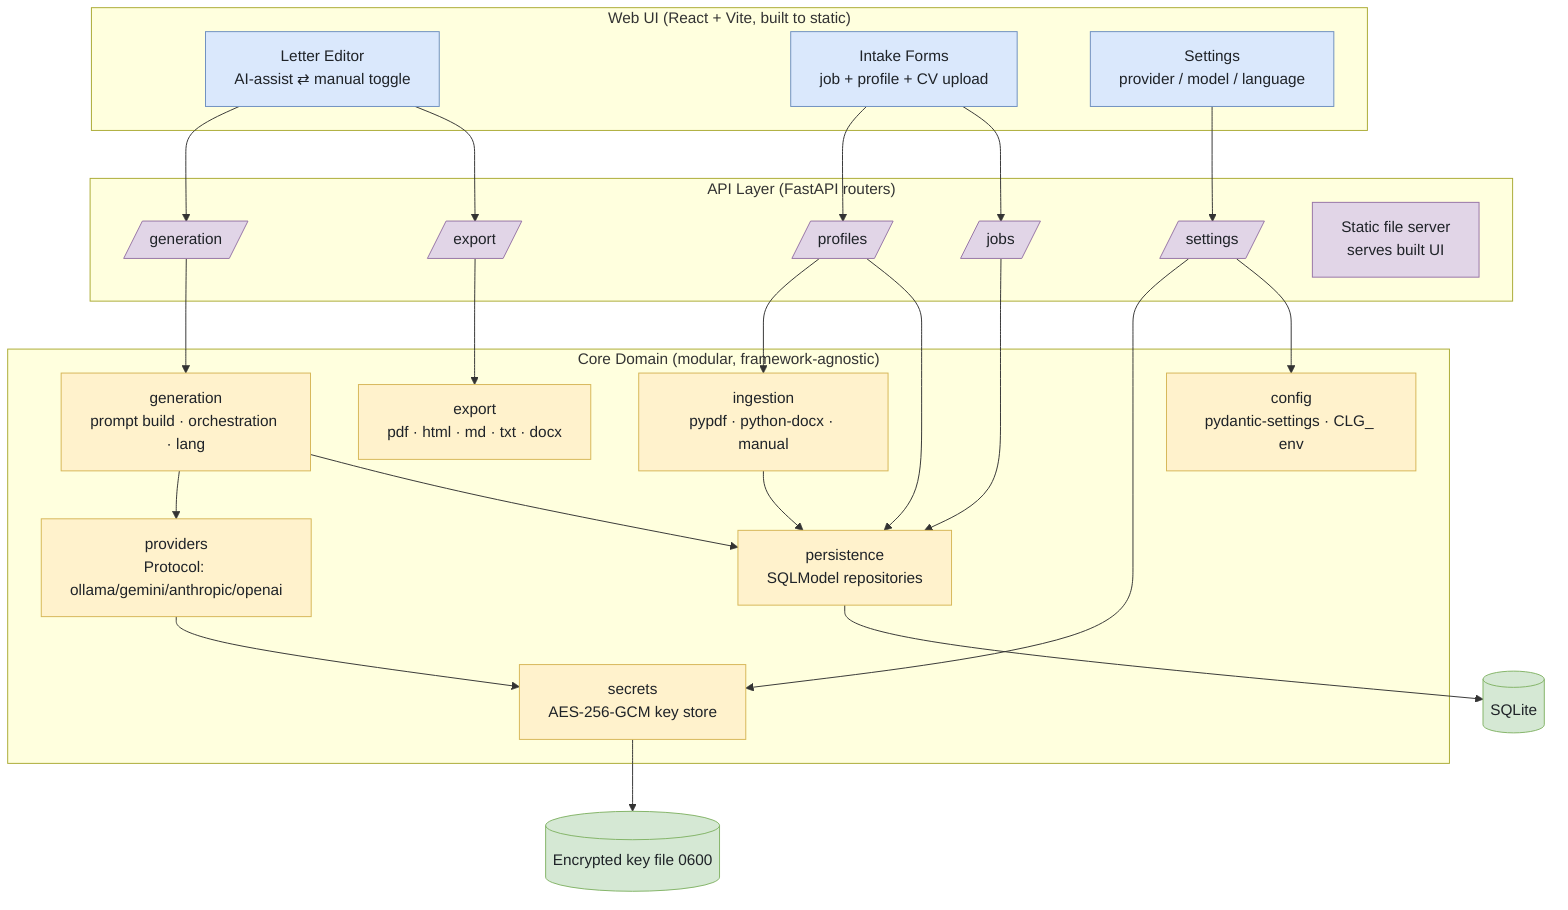
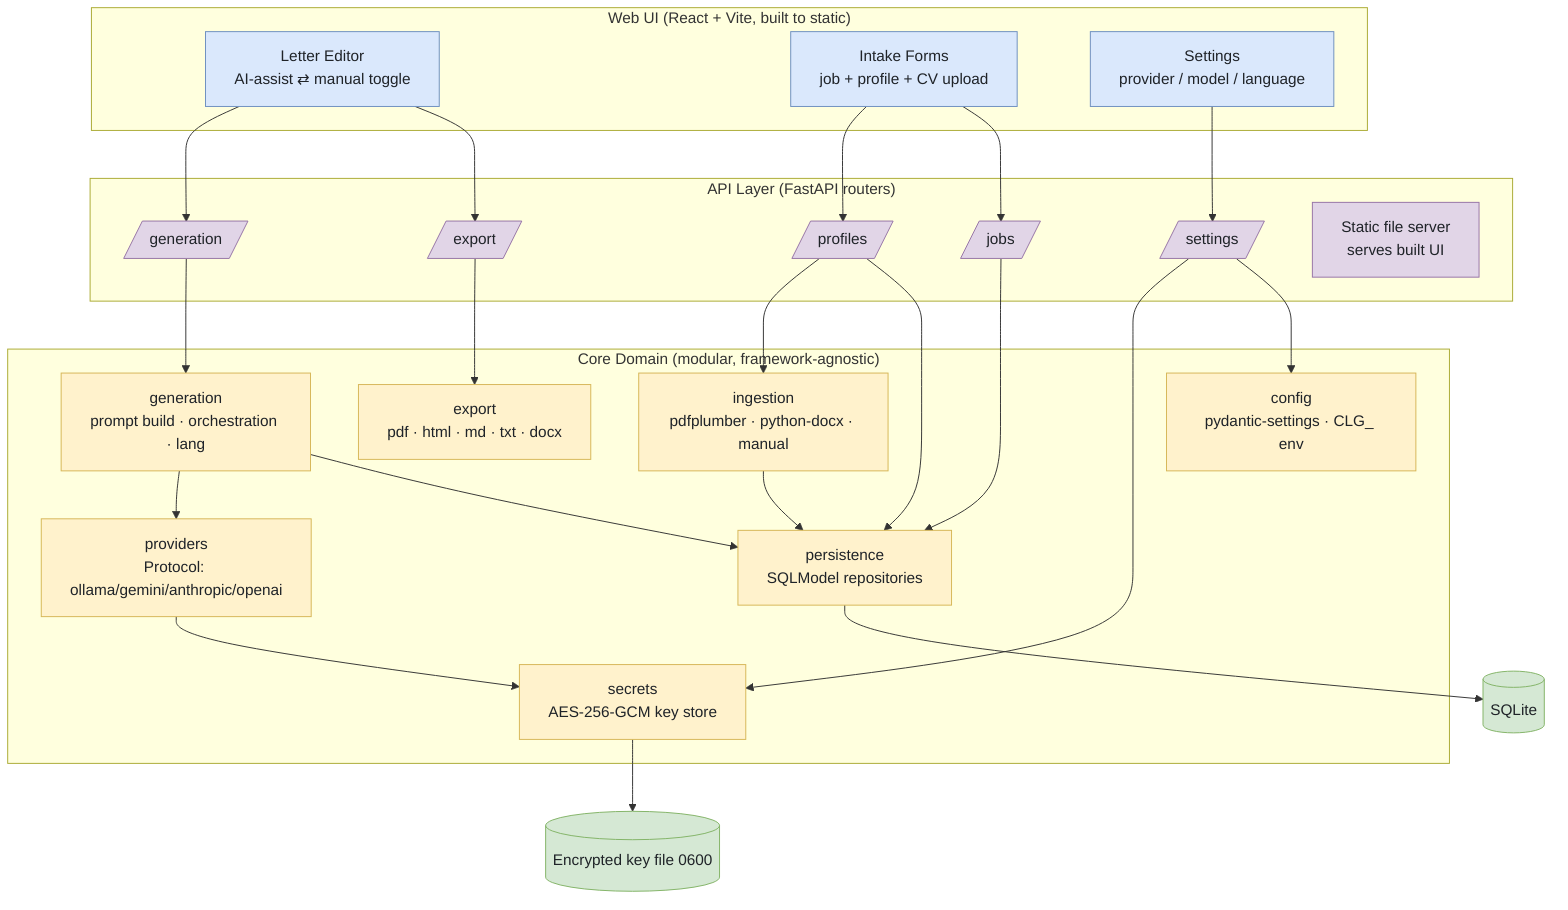
graph TB
    subgraph UI["Web UI (React + Vite, built to static)"]
        editor[Letter Editor<br/>AI-assist ⇄ manual toggle]
        intake[Intake Forms<br/>job + profile + CV upload]
        settings_ui[Settings<br/>provider / model / language]
    end

    subgraph API["API Layer (FastAPI routers)"]
        r_gen[/generation/]
        r_profile[/profiles/]
        r_job[/jobs/]
        r_export[/export/]
        r_settings[/settings/]
        r_static[Static file server<br/>serves built UI]
    end

    subgraph CORE["Core Domain (modular, framework-agnostic)"]
-         ingestion[ingestion<br/>pypdf · python-docx · manual]
+         ingestion[ingestion<br/>pdfplumber · python-docx · manual]
        generation[generation<br/>prompt build · orchestration · lang]
        providers[providers<br/>Protocol: ollama/gemini/anthropic/openai]
        export[export<br/>pdf · html · md · txt · docx]
        secrets[secrets<br/>AES-256-GCM key store]
        persistence[persistence<br/>SQLModel repositories]
        config[config<br/>pydantic-settings · CLG_ env]
    end

    db[(SQLite)]
    keyfile[(Encrypted key file 0600)]

    editor --> r_gen
    intake --> r_profile
    intake --> r_job
    editor --> r_export
    settings_ui --> r_settings

    r_gen --> generation
    r_profile --> ingestion
    r_profile --> persistence
    r_job --> persistence
    r_export --> export
    r_settings --> secrets
    r_settings --> config

    generation --> providers
    generation --> persistence
    ingestion --> persistence
    providers --> secrets
    persistence --> db
    secrets --> keyfile

    classDef ui fill:#dae8fc,stroke:#6c8ebf,color:#1f2328;
    classDef api fill:#e1d5e7,stroke:#9673a6,color:#1f2328;
    classDef core fill:#fff2cc,stroke:#d6b656,color:#1f2328;
    classDef data fill:#d5e8d4,stroke:#82b366,color:#1f2328;
    class editor,intake,settings_ui ui;
    class r_gen,r_profile,r_job,r_export,r_settings,r_static api;
    class ingestion,generation,providers,export,secrets,persistence,config core;
    class db,keyfile data;
